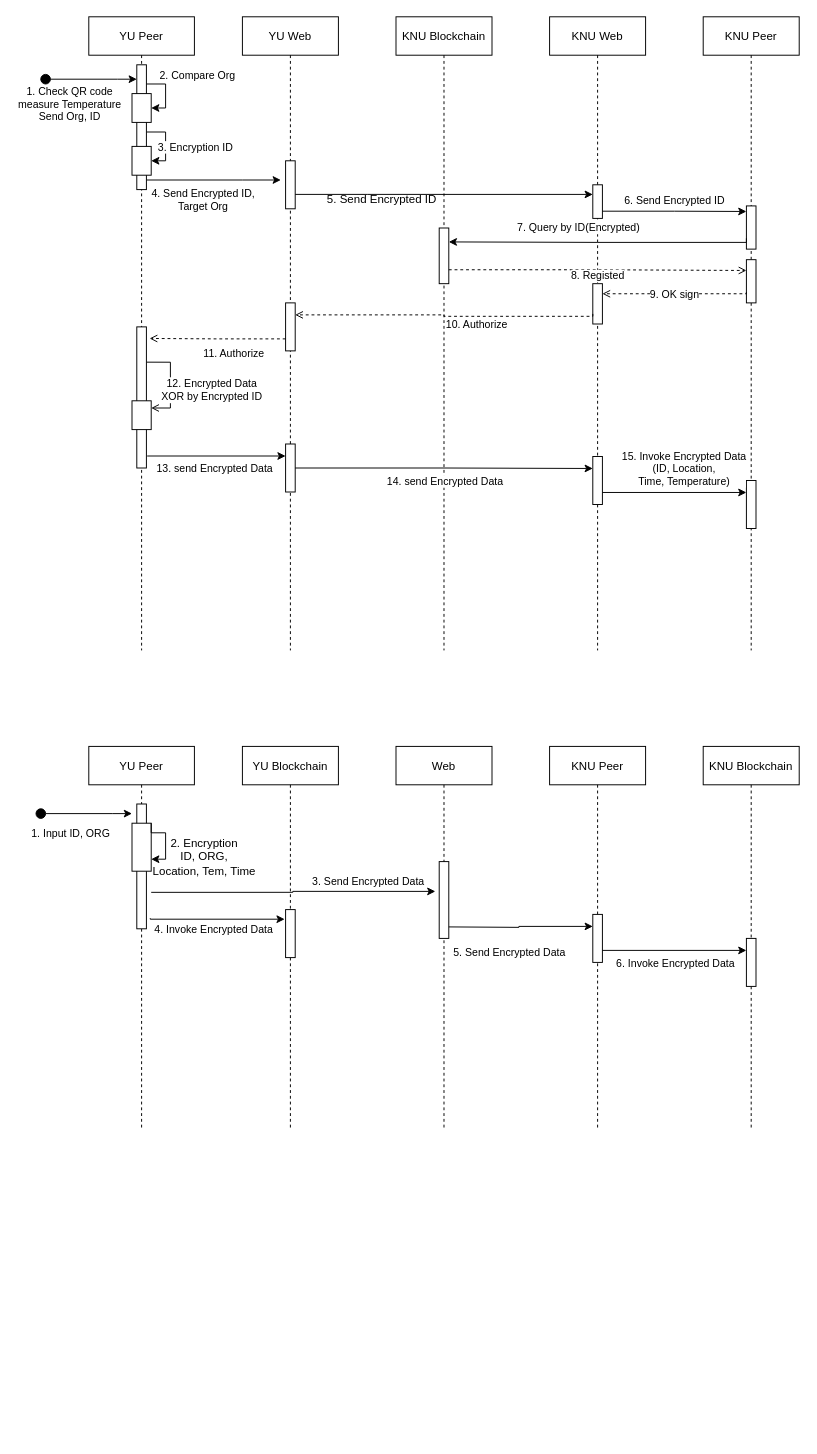
Earlier version of the draw.io diagram page "check by other org" (1 of 3) of Sequence Diagram.drawio (GunhyungKim/TrackingSystem). Source tidied: cells renumbered, new cells numbered last; positions are measured from the earlier drawing's top-left corner, leaving out a move shared by most shapes. Both pictures are drawn from the tidied source at 96%, with x=0, y=0 at pixel (36, 16).
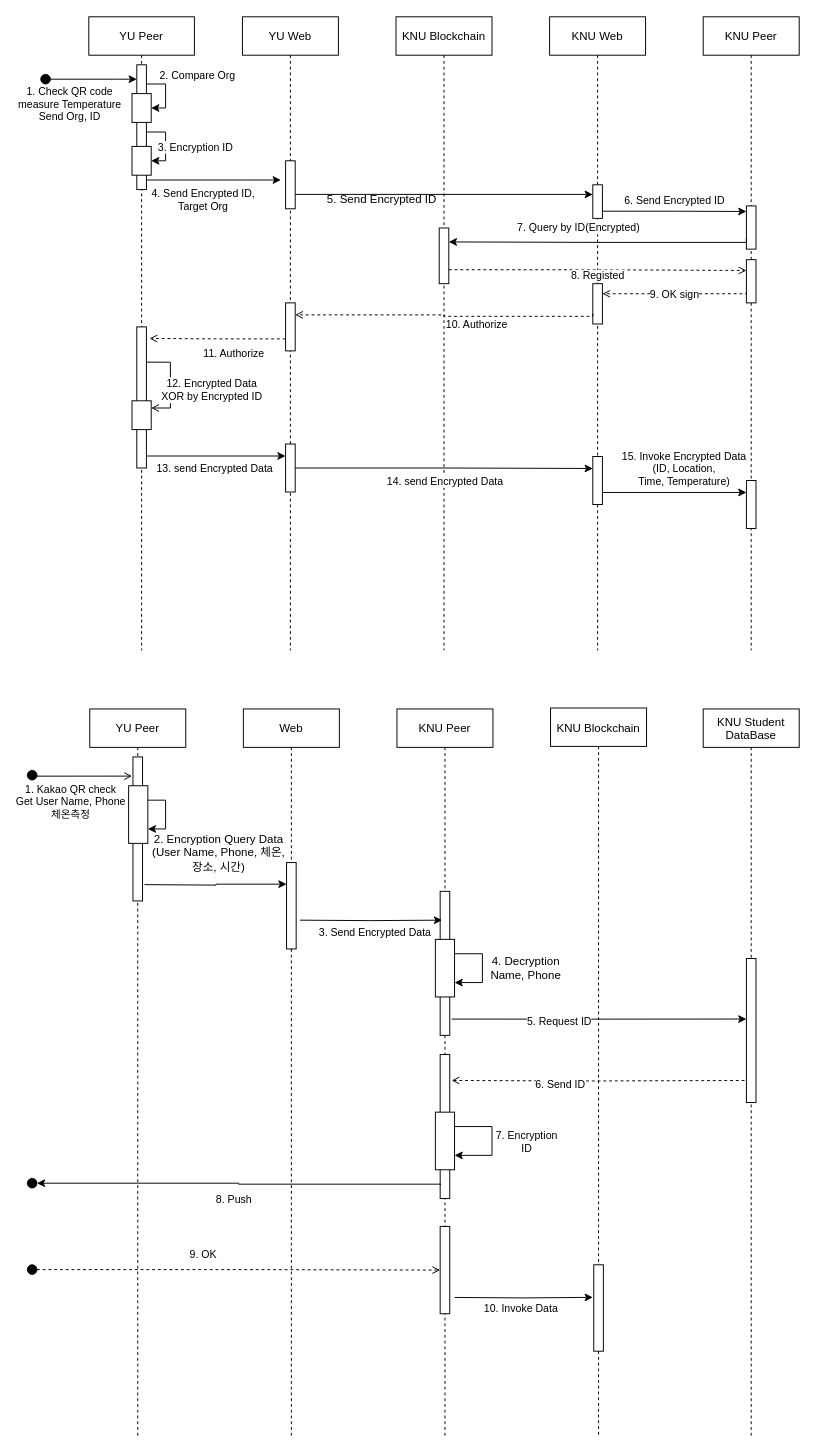
Above is the later version.

Change to the diagram source:
```diff
@@
+    <mxCell id="57" value="Web" style="shape=umlLifeline;perimeter=lifelinePerimeter;rounded=0;shadow=0;strokeWidth=1;" parent="1" vertex="1">
+      <mxGeometry x="216" y="721" width="100" height="759" as="geometry" />
+    </mxCell>
+    <mxCell id="77" style="rounded=0;whiteSpace=wrap;html=1;" parent="57" vertex="1">
+      <mxGeometry x="45" y="160" width="10" height="90" as="geometry" />
+    </mxCell>
+    <mxCell id="58" value="KNU Peer" style="shape=umlLifeline;perimeter=lifelinePerimeter;rounded=0;shadow=0;strokeWidth=1;" parent="1" vertex="1">
+      <mxGeometry x="376" y="721" width="100" height="759" as="geometry" />
+    </mxCell>
+    <mxCell id="78" style="rounded=0;whiteSpace=wrap;html=1;" parent="58" vertex="1">
+      <mxGeometry x="45" y="190" width="10" height="150" as="geometry" />
+    </mxCell>
+    <mxCell id="79" style="rounded=0;whiteSpace=wrap;html=1;fillColor=#FFFFFF;" parent="58" vertex="1">
+      <mxGeometry x="40" y="240" width="20" height="60" as="geometry" />
+    </mxCell>
+    <mxCell id="80" style="edgeStyle=orthogonalEdgeStyle;rounded=0;orthogonalLoop=1;jettySize=auto;html=1;exitX=1;exitY=0.25;exitDx=0;exitDy=0;entryX=1;entryY=0.75;entryDx=0;entryDy=0;" parent="58" edge="1" source="79" target="79">
+      <mxGeometry relative="1" as="geometry">
+        <Array as="points">
+          <mxPoint x="89" y="255" />
+          <mxPoint x="89" y="285" />
+        </Array>
+      </mxGeometry>
+    </mxCell>
+    <mxCell id="81" style="rounded=0;whiteSpace=wrap;html=1;" parent="58" vertex="1">
+      <mxGeometry x="45" y="360" width="10" height="150" as="geometry" />
+    </mxCell>
+    <mxCell id="82" style="rounded=0;whiteSpace=wrap;html=1;fillColor=#FFFFFF;" parent="58" vertex="1">
+      <mxGeometry x="40" y="420" width="20" height="60" as="geometry" />
+    </mxCell>
+    <mxCell id="83" style="edgeStyle=orthogonalEdgeStyle;rounded=0;orthogonalLoop=1;jettySize=auto;html=1;exitX=1;exitY=0.25;exitDx=0;exitDy=0;entryX=1;entryY=0.75;entryDx=0;entryDy=0;" parent="58" edge="1" source="82" target="82">
+      <mxGeometry relative="1" as="geometry">
+        <Array as="points">
+          <mxPoint x="99" y="435" />
+          <mxPoint x="99" y="465" />
+        </Array>
+      </mxGeometry>
+    </mxCell>
+    <mxCell id="84" value="7. Encryption&lt;br&gt;ID" style="edgeLabel;html=1;align=center;verticalAlign=middle;" parent="83" vertex="1">
+      <mxGeometry x="-0.28" y="-6" relative="1" as="geometry">
+        <mxPoint x="41" y="15" as="offset" />
+      </mxGeometry>
+    </mxCell>
+    <mxCell id="85" style="rounded=0;whiteSpace=wrap;html=1;" parent="58" vertex="1">
+      <mxGeometry x="45" y="539" width="10" height="91" as="geometry" />
+    </mxCell>
+    <mxCell id="60" value="KNU Blockchain" style="shape=umlLifeline;perimeter=lifelinePerimeter;rounded=0;shadow=0;strokeWidth=1;" parent="1" vertex="1">
+      <mxGeometry x="536" y="720" width="100" height="760" as="geometry" />
+    </mxCell>
+    <mxCell id="86" style="rounded=0;whiteSpace=wrap;html=1;" parent="60" vertex="1">
+      <mxGeometry x="45" y="580" width="10" height="90" as="geometry" />
+    </mxCell>
     <mxCell id="53" value="YU Peer" style="shape=umlLifeline;perimeter=lifelinePerimeter;rounded=0;shadow=0;strokeWidth=1;" parent="1" vertex="1">
-      <mxGeometry x="55" y="760" width="110" height="400" as="geometry" />
+      <mxGeometry x="56" y="721" width="100" height="759" as="geometry" />
     </mxCell>
-    <mxCell id="54" style="rounded=0;whiteSpace=wrap;html=1;" parent="53" vertex="1">
-      <mxGeometry x="50" y="60" width="10" height="130" as="geometry" />
-    </mxCell>
-    <mxCell id="55" style="rounded=0;whiteSpace=wrap;html=1;fillColor=#FFFFFF;" parent="53" vertex="1">
-      <mxGeometry x="45" y="80" width="20" height="50" as="geometry" />
-    </mxCell>
-    <mxCell id="56" style="edgeStyle=orthogonalEdgeStyle;rounded=0;orthogonalLoop=1;jettySize=auto;html=1;exitX=1;exitY=0;exitDx=0;exitDy=0;entryX=1;entryY=0.75;entryDx=0;entryDy=0;" parent="53" edge="1" source="55" target="55">
-      <mxGeometry relative="1" as="geometry">
-        <Array as="points">
-          <mxPoint x="65" y="90" />
-          <mxPoint x="80" y="90" />
-          <mxPoint x="80" y="118" />
-        </Array>
-      </mxGeometry>
-    </mxCell>
-    <mxCell id="57" value="Web" style="shape=umlLifeline;perimeter=lifelinePerimeter;rounded=0;shadow=0;strokeWidth=1;" parent="1" vertex="1">
-      <mxGeometry x="375" y="760" width="100" height="400" as="geometry" />
-    </mxCell>
-    <mxCell id="58" value="KNU Peer" style="shape=umlLifeline;perimeter=lifelinePerimeter;rounded=0;shadow=0;strokeWidth=1;" parent="1" vertex="1">
-      <mxGeometry x="535" y="760" width="100" height="400" as="geometry" />
-    </mxCell>
-    <mxCell id="59" style="rounded=0;whiteSpace=wrap;html=1;" parent="58" vertex="1">
-      <mxGeometry x="45" y="175" width="10" height="50" as="geometry" />
-    </mxCell>
-    <mxCell id="60" value="KNU Blockchain" style="shape=umlLifeline;perimeter=lifelinePerimeter;rounded=0;shadow=0;strokeWidth=1;" parent="1" vertex="1">
-      <mxGeometry x="695" y="760" width="100" height="400" as="geometry" />
-    </mxCell>
-    <mxCell id="61" style="rounded=0;whiteSpace=wrap;html=1;" parent="60" vertex="1">
-      <mxGeometry x="45" y="200" width="10" height="50" as="geometry" />
-    </mxCell>
-    <mxCell id="62" style="edgeStyle=orthogonalEdgeStyle;rounded=0;jettySize=auto;html=1;" parent="1" edge="1" source="64">
-      <mxGeometry relative="1" as="geometry">
-        <mxPoint x="100" y="830" as="targetPoint" />
-        <Array as="points">
-          <mxPoint x="80" y="830" />
-          <mxPoint x="80" y="830" />
-        </Array>
-      </mxGeometry>
-    </mxCell>
-    <mxCell id="63" value="1. Input ID, ORG" style="edgeLabel;html=1;align=center;verticalAlign=middle;" parent="62" vertex="1">
-      <mxGeometry x="0.76" y="-92" relative="1" as="geometry">
-        <mxPoint x="-54" y="-72" as="offset" />
-      </mxGeometry>
-    </mxCell>
-    <mxCell id="64" style="ellipse;whiteSpace=wrap;html=1;fillColor=#000000;" parent="1" vertex="1">
-      <mxGeometry y="825" width="10" height="10" as="geometry" />
-    </mxCell>
-    <mxCell id="65" value="YU Blockchain" style="shape=umlLifeline;perimeter=lifelinePerimeter;rounded=0;shadow=0;strokeWidth=1;" parent="1" vertex="1">
-      <mxGeometry x="215" y="760" width="100" height="400" as="geometry" />
-    </mxCell>
-    <mxCell id="66" style="rounded=0;whiteSpace=wrap;html=1;" parent="65" vertex="1">
-      <mxGeometry x="45" y="170" width="10" height="50" as="geometry" />
-    </mxCell>
-    <mxCell id="67" value="2. Encryption&lt;br&gt;ID, ORG,&lt;br&gt;Location, Tem, Time" style="text;html=1;align=center;verticalAlign=middle;fillColor=none;strokeColor=none;rounded=0;" parent="1" vertex="1">
-      <mxGeometry x="115" y="850" width="120" height="50" as="geometry" />
-    </mxCell>
-    <mxCell id="68" style="edgeStyle=orthogonalEdgeStyle;rounded=0;jettySize=auto;html=1;entryX=0;entryY=0.25;entryDx=0;entryDy=0;" parent="1" edge="1" target="59">
-      <mxGeometry relative="1" as="geometry">
-        <mxPoint x="425" y="948" as="sourcePoint" />
-      </mxGeometry>
-    </mxCell>
-    <mxCell id="69" value="5. Send Encrypted Data" style="edgeLabel;html=1;align=center;verticalAlign=middle;" parent="68" vertex="1">
-      <mxGeometry y="13" relative="1" as="geometry">
-        <mxPoint x="2.5" y="25.5" as="offset" />
-      </mxGeometry>
-    </mxCell>
-    <mxCell id="70" style="rounded=0;whiteSpace=wrap;html=1;" parent="1" vertex="1">
-      <mxGeometry x="420" y="880" width="10" height="80" as="geometry" />
-    </mxCell>
-    <mxCell id="71" style="edgeStyle=orthogonalEdgeStyle;rounded=0;jettySize=auto;html=1;exitX=1.4;exitY=0.915;exitDx=0;exitDy=0;exitPerimeter=0;" parent="1" edge="1" source="54">
-      <mxGeometry relative="1" as="geometry">
-        <mxPoint x="259" y="940" as="targetPoint" />
-        <Array as="points">
-          <mxPoint x="119" y="940" />
-        </Array>
-      </mxGeometry>
-    </mxCell>
-    <mxCell id="72" value="4. Invoke Encrypted Data" style="edgeLabel;html=1;align=center;verticalAlign=middle;" parent="71" vertex="1">
-      <mxGeometry x="-0.66" relative="1" as="geometry">
-        <mxPoint x="43" y="10" as="offset" />
-      </mxGeometry>
-    </mxCell>
-    <mxCell id="73" style="edgeStyle=orthogonalEdgeStyle;rounded=0;jettySize=auto;html=1;exitX=1.5;exitY=0.708;exitDx=0;exitDy=0;exitPerimeter=0;entryX=-0.4;entryY=0.388;entryDx=0;entryDy=0;entryPerimeter=0;" parent="1" edge="1" source="54" target="70">
-      <mxGeometry relative="1" as="geometry" />
-    </mxCell>
+    <mxCell id="87" style="rounded=0;whiteSpace=wrap;html=1;" parent="53" vertex="1">
+      <mxGeometry x="45" y="50" width="10" height="150" as="geometry" />
+    </mxCell>
+    <mxCell id="88" style="rounded=0;whiteSpace=wrap;html=1;fillColor=#FFFFFF;" parent="53" vertex="1">
+      <mxGeometry x="40.5" y="80" width="20" height="60" as="geometry" />
+    </mxCell>
+    <mxCell id="89" style="edgeStyle=orthogonalEdgeStyle;rounded=0;orthogonalLoop=1;jettySize=auto;html=1;exitX=1;exitY=0.25;exitDx=0;exitDy=0;entryX=1;entryY=0.75;entryDx=0;entryDy=0;" parent="53" edge="1" source="88" target="88">
+      <mxGeometry relative="1" as="geometry">
+        <Array as="points">
+          <mxPoint x="79" y="95" />
+          <mxPoint x="79" y="125" />
+        </Array>
+      </mxGeometry>
+    </mxCell>
+    <mxCell id="90" style="ellipse;whiteSpace=wrap;html=1;fillColor=#000000;" parent="1" vertex="1">
+      <mxGeometry x="-9" y="785" width="10" height="10" as="geometry" />
+    </mxCell>
+    <mxCell id="91" style="edgeStyle=orthogonalEdgeStyle;rounded=0;jettySize=auto;html=1;exitX=1;exitY=0.5;exitDx=0;exitDy=0;endArrow=open;endFill=0;entryX=-0.1;entryY=0.133;entryDx=0;entryDy=0;entryPerimeter=0;" parent="1" edge="1" source="90" target="87">
+      <mxGeometry relative="1" as="geometry">
+        <Array as="points">
+          <mxPoint x="1" y="791" />
+        </Array>
+      </mxGeometry>
+    </mxCell>
+    <mxCell id="92" value="1. Kakao QR check&lt;br&gt;Get User Name, Phone&lt;br&gt;체온측정" style="edgeLabel;html=1;align=center;verticalAlign=middle;" parent="91" vertex="1">
+      <mxGeometry x="0.26" y="1" relative="1" as="geometry">
+        <mxPoint x="-27" y="28" as="offset" />
+      </mxGeometry>
+    </mxCell>
+    <mxCell id="93" value="2. Encryption Query Data&lt;br&gt;(User Name, Phone, 체온,&lt;br&gt;장소, 시간)" style="text;html=1;align=center;verticalAlign=middle;" parent="1" vertex="1">
+      <mxGeometry x="110" y="846" width="160" height="50" as="geometry" />
+    </mxCell>
+    <mxCell id="94" style="edgeStyle=orthogonalEdgeStyle;rounded=0;jettySize=auto;html=1;entryX=0;entryY=0.25;entryDx=0;entryDy=0;" parent="1" edge="1" target="77">
+      <mxGeometry relative="1" as="geometry">
+        <mxPoint x="113" y="904" as="sourcePoint" />
+      </mxGeometry>
+    </mxCell>
+    <mxCell id="95" style="edgeStyle=orthogonalEdgeStyle;rounded=0;jettySize=auto;html=1;entryX=0.2;entryY=0.2;entryDx=0;entryDy=0;entryPerimeter=0;" parent="1" edge="1" target="78">
+      <mxGeometry relative="1" as="geometry">
+        <mxPoint x="275" y="941" as="sourcePoint" />
+      </mxGeometry>
+    </mxCell>
-    <mxCell id="74" value="3. Send Encrypted Data" style="edgeLabel;html=1;align=center;verticalAlign=middle;" parent="73" vertex="1">
-      <mxGeometry x="0.17" y="1" relative="1" as="geometry">
-        <mxPoint x="52" y="-10" as="offset" />
+    <mxCell id="74" value="3. Send Encrypted Data" style="edgeLabel;html=1;align=center;verticalAlign=middle;" parent="95" vertex="1">
+      <mxGeometry x="-0.17" y="-4" relative="1" as="geometry">
+        <mxPoint x="16" y="8.5" as="offset" />
       </mxGeometry>
     </mxCell>
-    <mxCell id="75" style="edgeStyle=orthogonalEdgeStyle;rounded=0;jettySize=auto;html=1;exitX=1;exitY=0.75;exitDx=0;exitDy=0;entryX=0;entryY=0.25;entryDx=0;entryDy=0;" parent="1" edge="1" source="59" target="61">
-      <mxGeometry relative="1" as="geometry" />
-    </mxCell>
-    <mxCell id="76" value="6. Invoke Encrypted Data" style="edgeLabel;html=1;align=center;verticalAlign=middle;" parent="75" vertex="1">
-      <mxGeometry x="0.32" y="-3" relative="1" as="geometry">
-        <mxPoint x="-24" y="9.5" as="offset" />
-      </mxGeometry>
-    </mxCell>
+    <mxCell id="96" value="KNU Student&#10;DataBase" style="shape=umlLifeline;perimeter=lifelinePerimeter;rounded=0;shadow=0;strokeWidth=1;" parent="1" vertex="1">
+      <mxGeometry x="695" y="721" width="100" height="759" as="geometry" />
+    </mxCell>
+    <mxCell id="97" style="rounded=0;whiteSpace=wrap;html=1;" parent="96" vertex="1">
+      <mxGeometry x="45" y="260" width="10" height="150" as="geometry" />
+    </mxCell>
+    <mxCell id="98" value="4. Decryption&lt;br&gt;Name, Phone" style="text;html=1;align=center;verticalAlign=middle;" parent="1" vertex="1">
+      <mxGeometry x="465" y="976" width="90" height="30" as="geometry" />
+    </mxCell>
+    <mxCell id="99" style="edgeStyle=orthogonalEdgeStyle;rounded=0;jettySize=auto;html=1;exitX=1.2;exitY=0.887;exitDx=0;exitDy=0;entryX=0;entryY=0.42;entryDx=0;entryDy=0;exitPerimeter=0;entryPerimeter=0;" parent="1" edge="1" source="78" target="97">
+      <mxGeometry relative="1" as="geometry" />
+    </mxCell>
+    <mxCell id="100" value="5. Request ID" style="edgeLabel;html=1;align=center;verticalAlign=middle;" parent="99" vertex="1">
+      <mxGeometry x="-0.38" y="-2" relative="1" as="geometry">
+        <mxPoint x="16.4" as="offset" />
+      </mxGeometry>
+    </mxCell>
+    <mxCell id="101" style="edgeStyle=orthogonalEdgeStyle;rounded=0;jettySize=auto;html=1;entryX=1.2;entryY=0.18;entryDx=0;entryDy=0;entryPerimeter=0;dashed=1;endArrow=open;endFill=0;" parent="1" edge="1" target="81">
+      <mxGeometry relative="1" as="geometry">
+        <mxPoint x="738" y="1108" as="sourcePoint" />
+      </mxGeometry>
+    </mxCell>
+    <mxCell id="102" value="6. Send ID" style="edgeLabel;html=1;align=center;verticalAlign=middle;" parent="101" vertex="1">
+      <mxGeometry x="0.57" y="3" relative="1" as="geometry">
+        <mxPoint x="47" as="offset" />
+      </mxGeometry>
+    </mxCell>
+    <mxCell id="103" style="edgeStyle=orthogonalEdgeStyle;rounded=0;orthogonalLoop=1;jettySize=auto;html=1;exitX=1.5;exitY=0.9;exitDx=0;exitDy=0;entryX=-0.1;entryY=0.173;entryDx=0;entryDy=0;endArrow=classic;endFill=1;exitPerimeter=0;entryPerimeter=0;" parent="1" edge="1">
+      <mxGeometry relative="1" as="geometry">
+        <mxPoint x="436" y="1334" as="sourcePoint" />
+        <mxPoint x="580" y="1333.9" as="targetPoint" />
+      </mxGeometry>
+    </mxCell>
+    <mxCell id="104" value="10. Invoke Data" style="edgeLabel;html=1;align=center;verticalAlign=middle;" parent="103" vertex="1">
+      <mxGeometry x="-0.25" y="-1" relative="1" as="geometry">
+        <mxPoint x="15" y="10" as="offset" />
+      </mxGeometry>
+    </mxCell>
+    <mxCell id="105" style="edgeStyle=orthogonalEdgeStyle;rounded=0;jettySize=auto;html=1;exitX=0.1;exitY=0.9;exitDx=0;exitDy=0;endArrow=classic;endFill=1;exitPerimeter=0;entryX=1;entryY=0.5;entryDx=0;entryDy=0;" parent="1" edge="1" source="81" target="107">
+      <mxGeometry relative="1" as="geometry" />
+    </mxCell>
+    <mxCell id="106" value="8. Push" style="edgeLabel;html=1;align=center;verticalAlign=middle;" parent="105" vertex="1">
+      <mxGeometry x="0.18" y="-1" relative="1" as="geometry">
+        <mxPoint x="31" y="17" as="offset" />
+      </mxGeometry>
+    </mxCell>
+    <mxCell id="107" style="ellipse;whiteSpace=wrap;html=1;fillColor=#000000;" parent="1" vertex="1">
+      <mxGeometry x="-9" y="1210" width="10" height="10" as="geometry" />
+    </mxCell>
+    <mxCell id="108" style="edgeStyle=orthogonalEdgeStyle;rounded=0;jettySize=auto;html=1;endArrow=open;endFill=0;entryX=0;entryY=0.5;entryDx=0;entryDy=0;dashed=1;" parent="1" edge="1" source="110" target="85">
+      <mxGeometry relative="1" as="geometry" />
+    </mxCell>
+    <mxCell id="109" value="9. OK" style="edgeLabel;html=1;align=center;verticalAlign=middle;" parent="108" vertex="1">
+      <mxGeometry y="-31" relative="1" as="geometry">
+        <mxPoint x="-6.5" y="-16.5" as="offset" />
+      </mxGeometry>
+    </mxCell>
+    <mxCell id="110" style="ellipse;whiteSpace=wrap;html=1;fillColor=#000000;" parent="1" vertex="1">
+      <mxGeometry x="-9" y="1300" width="10" height="10" as="geometry" />
+    </mxCell>
```
